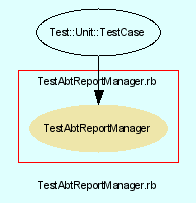
Earlier version of the Graphviz export src/trunk/doc/dot/f_15.png (eschabell/abtlinux). Its source is kept beside it as src/trunk/doc/dot/f_15.dot.
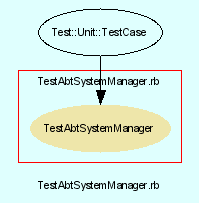
After the commit.

The edit, as a diff of the source:
```diff
@@ -3,24 +3,24 @@
     bgcolor = lightcyan1
     fontname = Arial
     fontsize = 8
-    label = "TestAbtReportManager.rb"
+    label = "TestAbtSystemManager.rb"
     node [
         fontname = Arial,
         fontsize = 8,
         color = black
     ]
 
-    subgraph cluster_15 {
+    subgraph cluster_16 {
         fontname = Arial
         color = red
-        label = "TestAbtReportManager.rb"
-        TestAbtReportManager [
+        label = "TestAbtSystemManager.rb"
+        TestAbtSystemManager [
             fontcolor = black,
-            URL = "classes/TestAbtReportManager.html",
+            URL = "classes/TestAbtSystemManager.html",
             shape = ellipse,
             color = palegoldenrod,
             style = filled,
-            label = "TestAbtReportManager"
+            label = "TestAbtSystemManager"
         ]
 
     }
@@ -30,7 +30,7 @@
         label = "Test::Unit::TestCase"
     ]
 
-    Test__Unit__TestCase -> TestAbtReportManager [
+    Test__Unit__TestCase -> TestAbtSystemManager [
 
     ]
 
```
